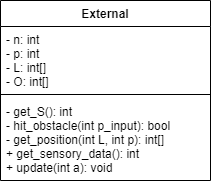
Earlier version of the draw.io export misc/diagrams/external_class_diagram.png (filkata123/RSSTP). Source tidied: cells renumbered, new cells last; positions are measured from the earlier drawing's top-left corner, leaving out a move shared by most shapes. Source of this version:
```xml
<mxGraphModel>
  <root>
    <mxCell id="0" />
    <mxCell id="1" parent="0" />
    <mxCell id="2" value="External" style="swimlane;fontStyle=1;align=center;verticalAlign=top;horizontal=1;startSize=26;" parent="1" vertex="1">
      <mxGeometry width="210" height="180" as="geometry" />
    </mxCell>
    <mxCell id="3" value="- n: int&#10;- p: int&#10;- L: int[]&#10;- O: int[]" style="text;align=left;verticalAlign=top;spacingLeft=4;spacingRight=4;overflow=hidden;" parent="2" vertex="1">
      <mxGeometry y="26" width="210" height="64" as="geometry" />
    </mxCell>
    <mxCell id="4" style="line;strokeWidth=1;fillColor=none;align=left;verticalAlign=middle;spacingTop=-1;spacingLeft=3;spacingRight=3;labelPosition=right;strokeColor=inherit;" parent="2" vertex="1">
      <mxGeometry y="90" width="210" height="8" as="geometry" />
    </mxCell>
    <mxCell id="5" value="- get_S(): int&#10;- hit_obstacle(int p_input): bool&#10;- get_position(int L, int p): int[]&#10;+ get_sensory_data(): int&#10;+ update(int a): void" style="text;strokeColor=none;fillColor=none;align=left;verticalAlign=top;spacingLeft=4;spacingRight=4;overflow=hidden;" parent="2" vertex="1">
      <mxGeometry y="98" width="210" height="82" as="geometry" />
    </mxCell>
  </root>
</mxGraphModel>
```
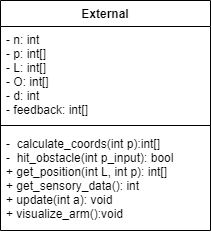
The same file after the commit.

The edit, as a diff of the source:
```diff
@@ -3,16 +3,16 @@
     <mxCell id="0" />
     <mxCell id="1" parent="0" />
     <mxCell id="2" value="External" style="swimlane;fontStyle=1;align=center;verticalAlign=top;horizontal=1;startSize=26;" parent="1" vertex="1">
-      <mxGeometry width="210" height="180" as="geometry" />
+      <mxGeometry width="210" height="230" as="geometry" />
     </mxCell>
-    <mxCell id="3" value="- n: int&#10;- p: int&#10;- L: int[]&#10;- O: int[]" style="text;align=left;verticalAlign=top;spacingLeft=4;spacingRight=4;overflow=hidden;" parent="2" vertex="1">
-      <mxGeometry y="26" width="210" height="64" as="geometry" />
+    <mxCell id="3" value="- n: int&#10;- p: int[]&#10;- L: int[]&#10;- O: int[]&#10;- d: int&#10;- feedback: int[]&#10;" style="text;align=left;verticalAlign=top;spacingLeft=4;spacingRight=4;overflow=hidden;" parent="2" vertex="1">
+      <mxGeometry y="26" width="210" height="94" as="geometry" />
     </mxCell>
     <mxCell id="4" style="line;strokeWidth=1;fillColor=none;align=left;verticalAlign=middle;spacingTop=-1;spacingLeft=3;spacingRight=3;labelPosition=right;strokeColor=inherit;" parent="2" vertex="1">
-      <mxGeometry y="90" width="210" height="8" as="geometry" />
+      <mxGeometry y="120" width="210" height="10" as="geometry" />
     </mxCell>
-    <mxCell id="5" value="- get_S(): int&#10;- hit_obstacle(int p_input): bool&#10;- get_position(int L, int p): int[]&#10;+ get_sensory_data(): int&#10;+ update(int a): void" style="text;strokeColor=none;fillColor=none;align=left;verticalAlign=top;spacingLeft=4;spacingRight=4;overflow=hidden;" parent="2" vertex="1">
-      <mxGeometry y="98" width="210" height="82" as="geometry" />
+    <mxCell id="5" value="-  calculate_coords(int p):int[]&#10;-  hit_obstacle(int p_input): bool&#10;+ get_position(int L, int p): int[]&#10;+ get_sensory_data(): int&#10;+ update(int a): void&#10;+ visualize_arm():void" style="text;strokeColor=none;fillColor=none;align=left;verticalAlign=top;spacingLeft=4;spacingRight=4;overflow=hidden;" parent="2" vertex="1">
+      <mxGeometry y="130" width="210" height="100" as="geometry" />
     </mxCell>
   </root>
 </mxGraphModel>
```
